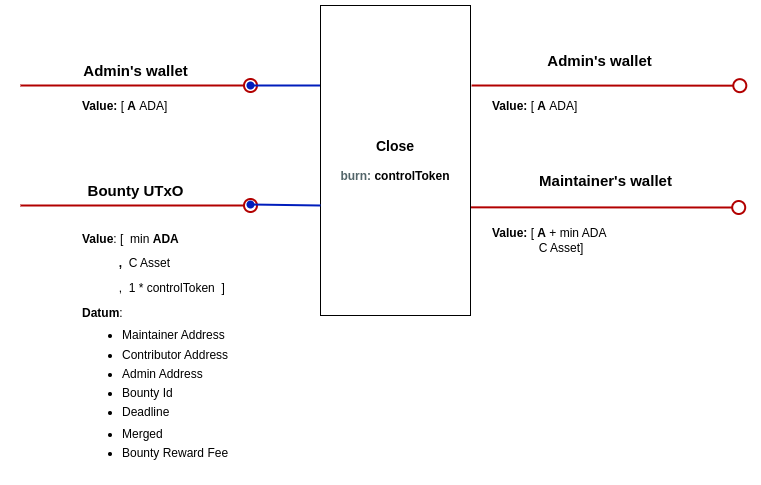
The draw.io diagram docs/img/close.png in githoney-io/githoney-smart-contract, before a commit. Source tidied: cells renumbered, new cells last; positions are measured from the earlier drawing's top-left corner, leaving out a move shared by most shapes.
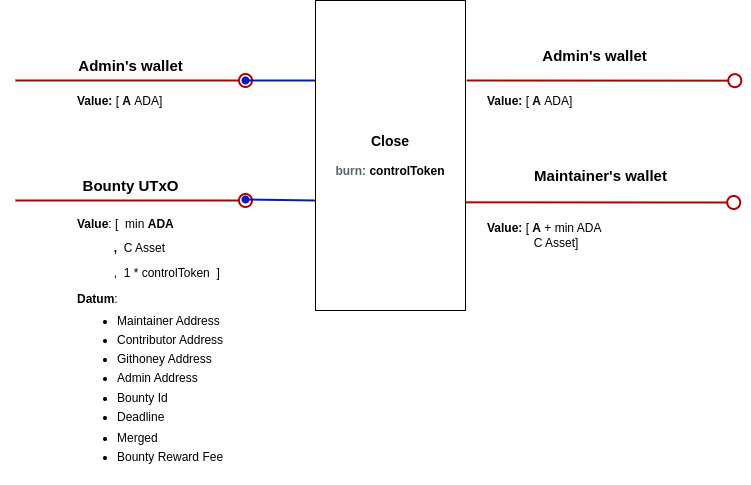
The same file after the commit.

Commit message:
Adding githoney address to datum

Diff of the diagram source:
```diff
@@ -47,7 +47,7 @@
     <mxCell id="11" value="&lt;font style=&quot;font-size: 15px;&quot;&gt;&lt;b&gt;Bounty UTxO&lt;/b&gt;&lt;/font&gt;" style="text;html=1;align=center;verticalAlign=middle;strokeColor=none;fillColor=none;" parent="1" vertex="1">
       <mxGeometry x="55" y="170" width="120" height="30" as="geometry" />
     </mxCell>
-    <mxCell id="12" value="&lt;p style=&quot;line-height: 100%;&quot;&gt;&lt;b&gt;Value&lt;/b&gt;: [&amp;nbsp; min&lt;b&gt;&amp;nbsp;ADA&lt;/b&gt;&lt;/p&gt;&lt;p style=&quot;line-height: 100%;&quot;&gt;&lt;b&gt;&lt;span style=&quot;white-space: pre;&quot;&gt;&#9;&lt;/span&gt;&amp;nbsp; &amp;nbsp;,&amp;nbsp; &lt;/b&gt;C Asset&lt;br&gt;&lt;/p&gt;&lt;span style=&quot;background-color: initial;&quot;&gt;&amp;nbsp; &amp;nbsp; &amp;nbsp; &amp;nbsp; &amp;nbsp; &amp;nbsp;,&amp;nbsp; 1 * controlToken&lt;/span&gt;&lt;b style=&quot;background-color: initial;&quot;&gt;&amp;nbsp;&amp;nbsp;&lt;/b&gt;&lt;span style=&quot;background-color: initial;&quot;&gt;]&amp;nbsp;&lt;/span&gt;&lt;div&gt;&lt;div&gt;&lt;p style=&quot;line-height: 100%;&quot;&gt;&lt;b&gt;Datum&lt;/b&gt;:&lt;/p&gt;&lt;ul style=&quot;line-height: 80%;&quot;&gt;&lt;li&gt;Maintainer Address&lt;br&gt;&lt;br&gt;&lt;/li&gt;&lt;li&gt;Contributor Address&lt;/li&gt;&lt;br&gt;&lt;li&gt;Admin Address&amp;nbsp; &amp;nbsp; &amp;nbsp; &amp;nbsp; &amp;nbsp; &amp;nbsp;&lt;br&gt;&amp;nbsp; &amp;nbsp; &amp;nbsp;&lt;/li&gt;&lt;li&gt;Bounty Id&lt;br&gt;&lt;br&gt;&lt;/li&gt;&lt;li&gt;Deadline&lt;/li&gt;&lt;/ul&gt;&lt;ul style=&quot;line-height: 80%;&quot;&gt;&lt;li&gt;Merged&lt;br&gt;&lt;br&gt;&lt;/li&gt;&lt;li&gt;Bounty Reward Fee&lt;br&gt;&lt;br&gt;&lt;/li&gt;&lt;/ul&gt;&lt;p&gt;&lt;/p&gt;&lt;/div&gt;&lt;/div&gt;" style="text;html=1;strokeColor=none;fillColor=none;align=left;verticalAlign=middle;whiteSpace=wrap;rounded=0;" parent="1" vertex="1">
+    <mxCell id="12" value="&lt;p style=&quot;line-height: 100%;&quot;&gt;&lt;b&gt;Value&lt;/b&gt;: [&amp;nbsp; min&lt;b&gt;&amp;nbsp;ADA&lt;/b&gt;&lt;/p&gt;&lt;p style=&quot;line-height: 100%;&quot;&gt;&lt;b&gt;&lt;span style=&quot;white-space: pre;&quot;&gt;&#9;&lt;/span&gt;&amp;nbsp; &amp;nbsp;,&amp;nbsp; &lt;/b&gt;C Asset&lt;br&gt;&lt;/p&gt;&lt;span style=&quot;background-color: initial;&quot;&gt;&amp;nbsp; &amp;nbsp; &amp;nbsp; &amp;nbsp; &amp;nbsp; &amp;nbsp;,&amp;nbsp; 1 * controlToken&lt;/span&gt;&lt;b style=&quot;background-color: initial;&quot;&gt;&amp;nbsp;&amp;nbsp;&lt;/b&gt;&lt;span style=&quot;background-color: initial;&quot;&gt;]&amp;nbsp;&lt;/span&gt;&lt;div&gt;&lt;div&gt;&lt;p style=&quot;line-height: 100%;&quot;&gt;&lt;b&gt;Datum&lt;/b&gt;:&lt;/p&gt;&lt;ul style=&quot;line-height: 80%;&quot;&gt;&lt;li&gt;Maintainer Address&lt;br&gt;&lt;br&gt;&lt;/li&gt;&lt;li&gt;Contributor Address&lt;br&gt;&lt;br&gt;&lt;/li&gt;&lt;li&gt;Githoney Address&lt;br&gt;&lt;/li&gt;&lt;br&gt;&lt;li&gt;Admin Address&amp;nbsp; &amp;nbsp; &amp;nbsp; &amp;nbsp; &amp;nbsp; &amp;nbsp;&lt;br&gt;&amp;nbsp; &amp;nbsp; &amp;nbsp;&lt;/li&gt;&lt;li&gt;Bounty Id&lt;br&gt;&lt;br&gt;&lt;/li&gt;&lt;li&gt;Deadline&lt;/li&gt;&lt;/ul&gt;&lt;ul style=&quot;line-height: 80%;&quot;&gt;&lt;li&gt;Merged&lt;br&gt;&lt;br&gt;&lt;/li&gt;&lt;li&gt;Bounty Reward Fee&lt;br&gt;&lt;br&gt;&lt;/li&gt;&lt;/ul&gt;&lt;p&gt;&lt;/p&gt;&lt;/div&gt;&lt;/div&gt;" style="text;html=1;strokeColor=none;fillColor=none;align=left;verticalAlign=middle;whiteSpace=wrap;rounded=0;" parent="1" vertex="1">
       <mxGeometry x="60" y="220" width="437.4" height="250" as="geometry" />
     </mxCell>
     <mxCell id="13" value="&lt;b&gt;Value: &lt;/b&gt;[&lt;b&gt;&amp;nbsp;A&lt;/b&gt;&amp;nbsp;+ min ADA&lt;br&gt;&lt;div&gt;&lt;span style=&quot;white-space: pre;&quot;&gt;&#9;&lt;/span&gt;&amp;nbsp; &amp;nbsp; &amp;nbsp; C Asset]&lt;/div&gt;" style="text;html=1;strokeColor=none;fillColor=none;align=left;verticalAlign=middle;whiteSpace=wrap;rounded=0;" parent="1" vertex="1">
```
